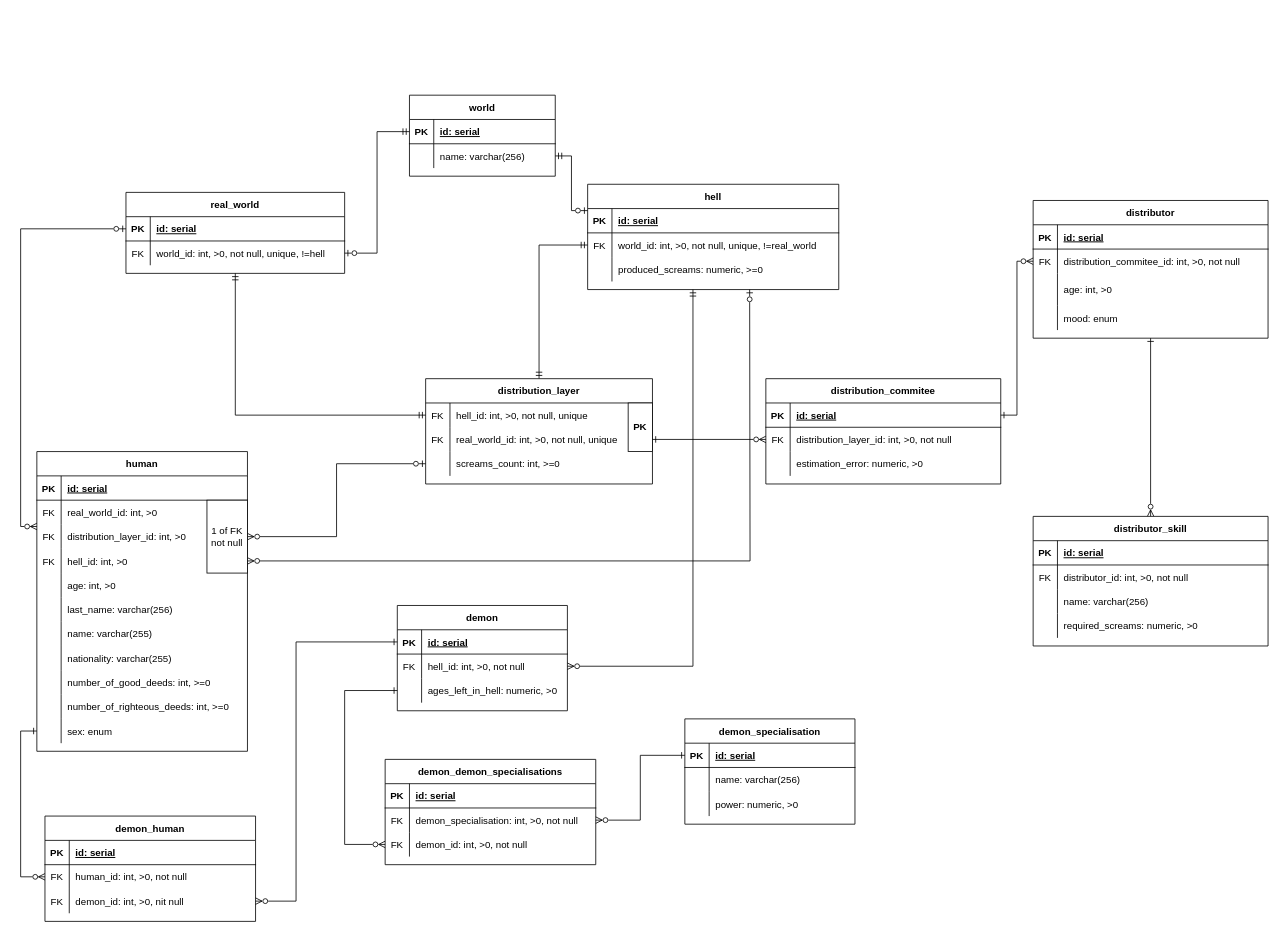
semwett0301/booking-java-back keeps this draw.io diagram as documentation/kursach_datalogical.drawio. Above is the earlier version. Source tidied: cells renumbered, new cells numbered last; positions are measured from the earlier drawing's top-left corner, leaving out a move shared by most shapes. Both pictures are drawn from the tidied source at 81%, with x=0, y=0 at pixel (36, 95).
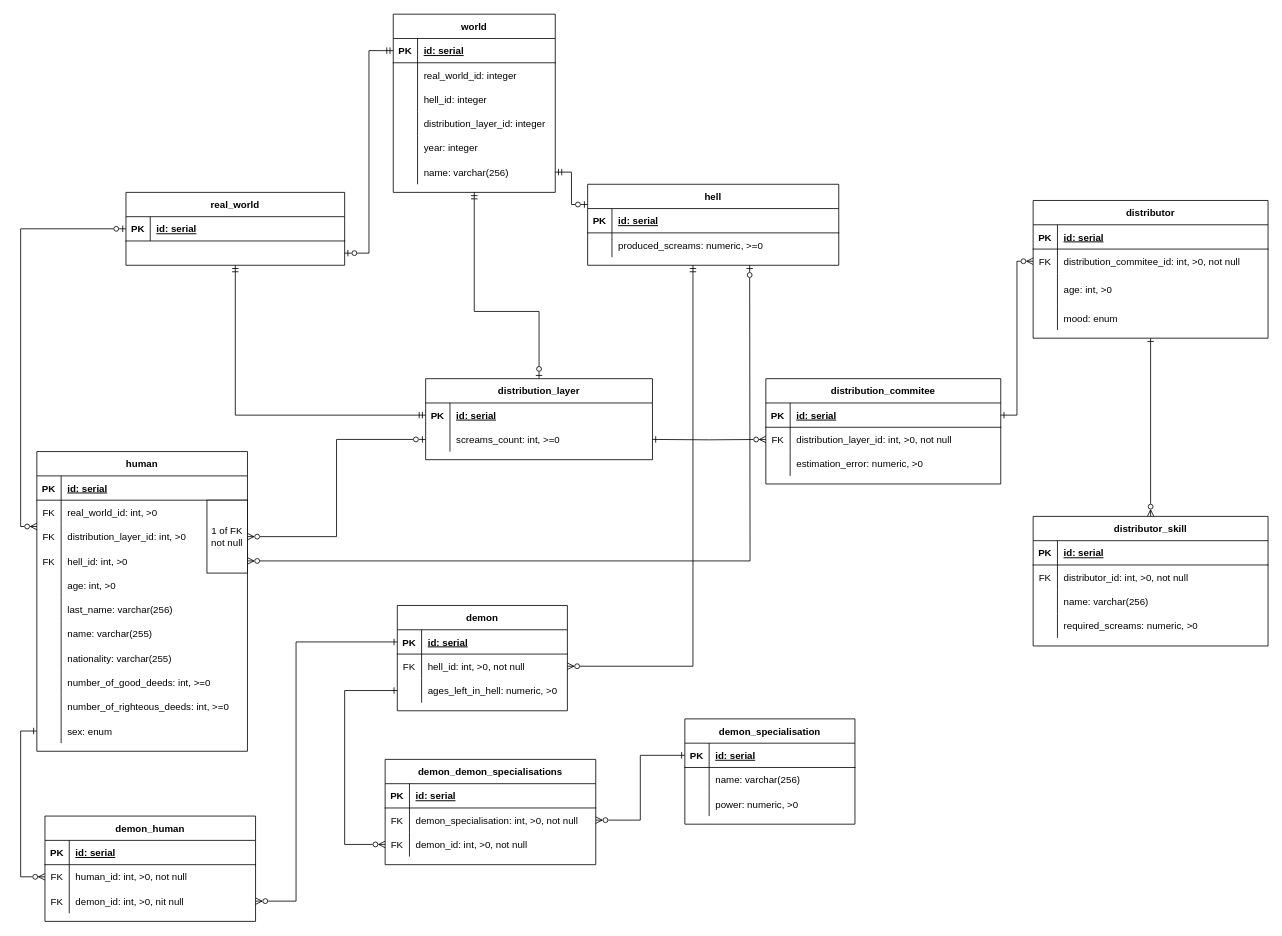
The same page after the edit.

The change refers to these unchanged cells:
```xml
<mxCell id="34" style="shape=tableRow;horizontal=0;startSize=0;swimlaneHead=0;swimlaneBody=0;fillColor=none;points=[[0,0.5],[1,0.5]];portConstraint=eastwest;top=0;left=0;right=0;bottom=0;" parent="24" vertex="1">
  <mxGeometry y="120" width="260" height="30" as="geometry" />
</mxCell>
<mxCell id="67" style="shape=tableRow;horizontal=0;startSize=0;swimlaneHead=0;swimlaneBody=0;fillColor=none;points=[[0,0.5],[1,0.5]];portConstraint=eastwest;top=0;left=0;right=0;bottom=0;" parent="66" vertex="1">
  <mxGeometry y="30" width="280" height="30" as="geometry" />
</mxCell>
<mxCell id="82" style="shape=tableRow;horizontal=0;startSize=0;swimlaneHead=0;swimlaneBody=0;fillColor=none;points=[[0,0.5],[1,0.5]];portConstraint=eastwest;top=0;left=0;right=0;bottom=0;" parent="78" vertex="1">
  <mxGeometry y="60" width="210" height="30" as="geometry" />
</mxCell>
<mxCell id="142" style="shape=tableRow;horizontal=0;startSize=0;swimlaneHead=0;swimlaneBody=0;fillColor=none;points=[[0,0.5],[1,0.5]];portConstraint=eastwest;top=0;left=0;right=0;bottom=0;" parent="138" vertex="1">
  <mxGeometry y="60" width="290" height="30" as="geometry" />
</mxCell>
```

The edit, as a diff of the source:
```diff
@@
     <mxCell id="2" value="real_world" style="shape=table;startSize=30;childLayout=tableLayout;rowLines=0;fontStyle=1;align=center;" parent="1" vertex="1">
-      <mxGeometry x="110" y="120" width="270" height="100" as="geometry" />
+      <mxGeometry x="110" y="120" width="270" height="90" as="geometry" />
     </mxCell>
@@
-    <mxCell id="6" style="shape=tableRow;horizontal=0;startSize=0;swimlaneHead=0;swimlaneBody=0;fillColor=none;points=[[0,0.5],[1,0.5]];portConstraint=eastwest;top=0;left=0;right=0;bottom=0;" parent="2" vertex="1">
-      <mxGeometry y="60" width="270" height="30" as="geometry" />
-    </mxCell>
-    <mxCell id="7" value="FK" style="shape=partialRectangle;fillColor=none;top=0;left=0;bottom=0;right=0;overflow=hidden;" parent="6" vertex="1">
-      <mxGeometry width="30" height="30" as="geometry" />
-    </mxCell>
-    <mxCell id="8" value="world_id: int, &gt;0, not null, unique, !=hell" style="shape=partialRectangle;fillColor=none;top=0;left=0;bottom=0;right=0;align=left;spacingLeft=6;overflow=hidden;" parent="6" vertex="1">
-      <mxGeometry x="30" width="240" height="30" as="geometry" />
-    </mxCell>
@@
     <mxCell id="58" value="world" style="shape=table;startSize=30;childLayout=tableLayout;rowLines=0;fontStyle=1;align=center;" parent="1" vertex="1">
-      <mxGeometry x="460" width="180" height="100" as="geometry" />
+      <mxGeometry x="440" y="-100" width="200" height="220" as="geometry" />
     </mxCell>
     <mxCell id="59" style="shape=tableRow;horizontal=0;startSize=0;swimlaneHead=0;swimlaneBody=0;fillColor=none;points=[[0,0.5],[1,0.5]];portConstraint=eastwest;top=0;left=0;right=0;bottom=1;" parent="58" vertex="1">
-      <mxGeometry y="30" width="180" height="30" as="geometry" />
+      <mxGeometry y="30" width="200" height="30" as="geometry" />
     </mxCell>
@@
     <mxCell id="61" value="id: serial" style="shape=partialRectangle;fillColor=none;top=0;left=0;bottom=0;right=0;align=left;spacingLeft=6;fontStyle=5;overflow=hidden;" parent="59" vertex="1">
-      <mxGeometry x="30" width="150" height="30" as="geometry" />
+      <mxGeometry x="30" width="170" height="30" as="geometry" />
     </mxCell>
+    <mxCell id="163" style="shape=tableRow;horizontal=0;startSize=0;swimlaneHead=0;swimlaneBody=0;fillColor=none;top=0;left=0;right=0;bottom=0;" parent="58" vertex="1">
+      <mxGeometry y="60" width="200" height="30" as="geometry" />
+    </mxCell>
+    <mxCell id="164" style="shape=partialRectangle;fillColor=none;top=0;left=0;bottom=0;right=0;overflow=hidden;" parent="163" vertex="1">
+      <mxGeometry width="30" height="30" as="geometry" />
+    </mxCell>
+    <mxCell id="165" value="real_world_id: integer" style="shape=partialRectangle;fillColor=none;top=0;left=0;bottom=0;right=0;align=left;spacingLeft=6;overflow=hidden;" parent="163" vertex="1">
+      <mxGeometry x="30" width="170" height="30" as="geometry" />
+    </mxCell>
+    <mxCell id="166" style="shape=tableRow;horizontal=0;startSize=0;swimlaneHead=0;swimlaneBody=0;fillColor=none;top=0;left=0;right=0;bottom=0;" parent="58" vertex="1">
+      <mxGeometry y="90" width="200" height="30" as="geometry" />
+    </mxCell>
+    <mxCell id="167" style="shape=partialRectangle;fillColor=none;top=0;left=0;bottom=0;right=0;overflow=hidden;" parent="166" vertex="1">
+      <mxGeometry width="30" height="30" as="geometry" />
+    </mxCell>
+    <mxCell id="168" value="hell_id: integer" style="shape=partialRectangle;fillColor=none;top=0;left=0;bottom=0;right=0;align=left;spacingLeft=6;overflow=hidden;" parent="166" vertex="1">
+      <mxGeometry x="30" width="170" height="30" as="geometry" />
+    </mxCell>
+    <mxCell id="169" style="shape=tableRow;horizontal=0;startSize=0;swimlaneHead=0;swimlaneBody=0;fillColor=none;top=0;left=0;right=0;bottom=0;" parent="58" vertex="1">
+      <mxGeometry y="120" width="200" height="30" as="geometry" />
+    </mxCell>
+    <mxCell id="170" style="shape=partialRectangle;fillColor=none;top=0;left=0;bottom=0;right=0;overflow=hidden;" parent="169" vertex="1">
+      <mxGeometry width="30" height="30" as="geometry" />
+    </mxCell>
+    <mxCell id="171" value="distribution_layer_id: integer" style="shape=partialRectangle;fillColor=none;top=0;left=0;bottom=0;right=0;align=left;spacingLeft=6;overflow=hidden;" parent="169" vertex="1">
+      <mxGeometry x="30" width="170" height="30" as="geometry" />
+    </mxCell>
+    <mxCell id="172" style="shape=tableRow;horizontal=0;startSize=0;swimlaneHead=0;swimlaneBody=0;fillColor=none;top=0;left=0;right=0;bottom=0;" parent="58" vertex="1">
+      <mxGeometry y="150" width="200" height="30" as="geometry" />
+    </mxCell>
+    <mxCell id="173" style="shape=partialRectangle;fillColor=none;top=0;left=0;bottom=0;right=0;overflow=hidden;" parent="172" vertex="1">
+      <mxGeometry width="30" height="30" as="geometry" />
+    </mxCell>
+    <mxCell id="174" value="year: integer" style="shape=partialRectangle;fillColor=none;top=0;left=0;bottom=0;right=0;align=left;spacingLeft=6;overflow=hidden;" parent="172" vertex="1">
+      <mxGeometry x="30" width="170" height="30" as="geometry" />
+    </mxCell>
     <mxCell id="62" style="shape=tableRow;horizontal=0;startSize=0;swimlaneHead=0;swimlaneBody=0;fillColor=none;points=[[0,0.5],[1,0.5]];portConstraint=eastwest;top=0;left=0;right=0;bottom=0;" parent="58" vertex="1">
-      <mxGeometry y="60" width="180" height="30" as="geometry" />
+      <mxGeometry y="180" width="200" height="30" as="geometry" />
     </mxCell>
@@
     <mxCell id="64" value="name: varchar(256)" style="shape=partialRectangle;fillColor=none;top=0;left=0;bottom=0;right=0;align=left;spacingLeft=6;overflow=hidden;" parent="62" vertex="1">
-      <mxGeometry x="30" width="150" height="30" as="geometry" />
+      <mxGeometry x="30" width="170" height="30" as="geometry" />
     </mxCell>
-    <mxCell id="65" style="edgeStyle=orthogonalEdgeStyle;rounded=0;jettySize=auto;html=1;entryX=0;entryY=0.5;entryDx=0;entryDy=0;startArrow=ERmandOne;startFill=0;endArrow=ERmandOne;endFill=0;" parent="1" edge="1" source="66" target="93">
-      <mxGeometry relative="1" as="geometry" />
+    <mxCell id="65" style="edgeStyle=orthogonalEdgeStyle;rounded=0;jettySize=auto;html=1;entryX=0.5;entryY=1;entryDx=0;entryDy=0;startArrow=ERzeroToOne;startFill=0;endArrow=ERmandOne;endFill=0;" parent="1" edge="1" source="66" target="58">
+      <mxGeometry relative="1" as="geometry">
+        <Array as="points">
+          <mxPoint x="620" y="267" />
+          <mxPoint x="540" y="267" />
+        </Array>
+      </mxGeometry>
     </mxCell>
     <mxCell id="66" value="distribution_layer" style="shape=table;startSize=30;childLayout=tableLayout;rowLines=0;fontStyle=1;align=center;" parent="1" vertex="1">
-      <mxGeometry x="480" y="350" width="280" height="130" as="geometry" />
+      <mxGeometry x="480" y="350" width="280" height="100" as="geometry" />
     </mxCell>
@@
-    <mxCell id="68" value="FK" style="shape=partialRectangle;fillColor=none;top=0;left=0;bottom=0;right=0;overflow=hidden;" parent="67" vertex="1">
+    <mxCell id="68" value="PK" style="shape=partialRectangle;fillColor=none;top=0;left=0;bottom=0;right=0;overflow=hidden;fontStyle=1;" parent="67" vertex="1">
       <mxGeometry width="30" height="30" as="geometry" />
     </mxCell>
-    <mxCell id="69" value="hell_id: int, &gt;0, not null, unique" style="shape=partialRectangle;fillColor=none;top=0;left=0;bottom=0;right=0;align=left;spacingLeft=6;overflow=hidden;" parent="67" vertex="1">
+    <mxCell id="69" value="id: serial" style="shape=partialRectangle;fillColor=none;top=0;left=0;bottom=0;right=0;align=left;spacingLeft=6;overflow=hidden;fontStyle=5;" parent="67" vertex="1">
       <mxGeometry x="30" width="250" height="30" as="geometry" />
     </mxCell>
-    <mxCell id="70" style="shape=tableRow;horizontal=0;startSize=0;swimlaneHead=0;swimlaneBody=0;fillColor=none;points=[[0,0.5],[1,0.5]];portConstraint=eastwest;top=0;left=0;right=0;bottom=0;" parent="66" vertex="1">
-      <mxGeometry y="60" width="280" height="30" as="geometry" />
-    </mxCell>
-    <mxCell id="71" value="FK" style="shape=partialRectangle;fillColor=none;top=0;left=0;bottom=0;right=0;overflow=hidden;" parent="70" vertex="1">
-      <mxGeometry width="30" height="30" as="geometry" />
-    </mxCell>
-    <mxCell id="72" value="real_world_id: int, &gt;0, not null, unique" style="shape=partialRectangle;fillColor=none;top=0;left=0;bottom=0;right=0;align=left;spacingLeft=6;overflow=hidden;" parent="70" vertex="1">
-      <mxGeometry x="30" width="250" height="30" as="geometry" />
-    </mxCell>
     <mxCell id="73" style="shape=tableRow;horizontal=0;startSize=0;swimlaneHead=0;swimlaneBody=0;fillColor=none;points=[[0,0.5],[1,0.5]];portConstraint=eastwest;top=0;left=0;right=0;bottom=0;" parent="66" vertex="1">
-      <mxGeometry y="90" width="280" height="30" as="geometry" />
+      <mxGeometry y="60" width="280" height="30" as="geometry" />
     </mxCell>
@@
     <mxCell id="76" style="edgeStyle=orthogonalEdgeStyle;rounded=0;jettySize=auto;html=1;startArrow=ERzeroToMany;startFill=0;endArrow=ERmandOne;endFill=0;exitX=1;exitY=0.5;exitDx=0;exitDy=0;" parent="1" edge="1" source="82">
       <mxGeometry relative="1" as="geometry">
-        <mxPoint x="810" y="240" as="targetPoint" />
+        <mxPoint x="810" y="210" as="targetPoint" />
         <Array as="points">
           <mxPoint x="810" y="705" />
         </Array>
       </mxGeometry>
     </mxCell>
@@
-    <mxCell id="88" style="edgeStyle=orthogonalEdgeStyle;rounded=0;jettySize=auto;html=1;entryX=0;entryY=0.5;entryDx=0;entryDy=0;exitX=1;exitY=0.5;exitDx=0;exitDy=0;endArrow=ERmandOne;endFill=0;startArrow=ERzeroToOne;startFill=0;" parent="1" edge="1" source="6" target="59">
-      <mxGeometry relative="1" as="geometry" />
+    <mxCell id="88" style="edgeStyle=orthogonalEdgeStyle;rounded=0;jettySize=auto;html=1;entryX=0;entryY=0.5;entryDx=0;entryDy=0;exitX=1;exitY=0.5;exitDx=0;exitDy=0;endArrow=ERmandOne;endFill=0;startArrow=ERzeroToOne;startFill=0;" parent="1" edge="1" target="59">
+      <mxGeometry relative="1" as="geometry">
+        <mxPoint x="380" y="195" as="sourcePoint" />
+        <Array as="points">
+          <mxPoint x="410" y="195" />
+          <mxPoint x="410" y="-55" />
+        </Array>
+      </mxGeometry>
     </mxCell>
     <mxCell id="89" value="hell" style="shape=table;startSize=30;childLayout=tableLayout;rowLines=0;fontStyle=1;align=center;" parent="1" vertex="1">
-      <mxGeometry x="680" y="110" width="310" height="130" as="geometry" />
+      <mxGeometry x="680" y="110" width="310" height="100" as="geometry" />
     </mxCell>
@@
-    <mxCell id="93" style="shape=tableRow;horizontal=0;startSize=0;swimlaneHead=0;swimlaneBody=0;fillColor=none;points=[[0,0.5],[1,0.5]];portConstraint=eastwest;top=0;left=0;right=0;bottom=0;" parent="89" vertex="1">
-      <mxGeometry y="60" width="310" height="30" as="geometry" />
-    </mxCell>
-    <mxCell id="94" value="FK" style="shape=partialRectangle;fillColor=none;top=0;left=0;bottom=0;right=0;overflow=hidden;" parent="93" vertex="1">
-      <mxGeometry width="30" height="30" as="geometry" />
-    </mxCell>
-    <mxCell id="95" value="world_id: int, &gt;0, not null, unique, !=real_world" style="shape=partialRectangle;fillColor=none;top=0;left=0;bottom=0;right=0;align=left;spacingLeft=6;overflow=hidden;" parent="93" vertex="1">
-      <mxGeometry x="30" width="280" height="30" as="geometry" />
-    </mxCell>
     <mxCell id="96" style="shape=tableRow;horizontal=0;startSize=0;swimlaneHead=0;swimlaneBody=0;fillColor=none;top=0;left=0;right=0;bottom=0;" parent="89" vertex="1">
-      <mxGeometry y="90" width="310" height="30" as="geometry" />
+      <mxGeometry y="60" width="310" height="30" as="geometry" />
     </mxCell>
@@
-    <mxCell id="100" value="&lt;b&gt;PK&lt;/b&gt;" style="rounded=0;whiteSpace=wrap;html=1;" parent="1" vertex="1">
-      <mxGeometry x="730" y="380" width="30" height="60" as="geometry" />
-    </mxCell>
@@
     <mxCell id="103" style="edgeStyle=orthogonalEdgeStyle;rounded=0;jettySize=auto;html=1;startArrow=ERzeroToMany;startFill=0;endArrow=ERzeroToOne;endFill=0;" parent="1" edge="1" source="34">
       <mxGeometry relative="1" as="geometry">
-        <mxPoint x="880" y="240" as="targetPoint" />
+        <mxPoint x="880" y="210" as="targetPoint" />
       </mxGeometry>
     </mxCell>
@@
-    <mxCell id="148" style="edgeStyle=orthogonalEdgeStyle;rounded=0;jettySize=auto;html=1;startArrow=ERone;startFill=0;endArrow=ERzeroToMany;endFill=0;" parent="1" edge="1" source="70" target="142">
-      <mxGeometry relative="1" as="geometry" />
+    <mxCell id="148" style="edgeStyle=orthogonalEdgeStyle;rounded=0;jettySize=auto;html=1;startArrow=ERone;startFill=0;endArrow=ERzeroToMany;endFill=0;" parent="1" edge="1" target="142">
+      <mxGeometry relative="1" as="geometry">
+        <mxPoint x="760" y="425" as="sourcePoint" />
+      </mxGeometry>
     </mxCell>
```
